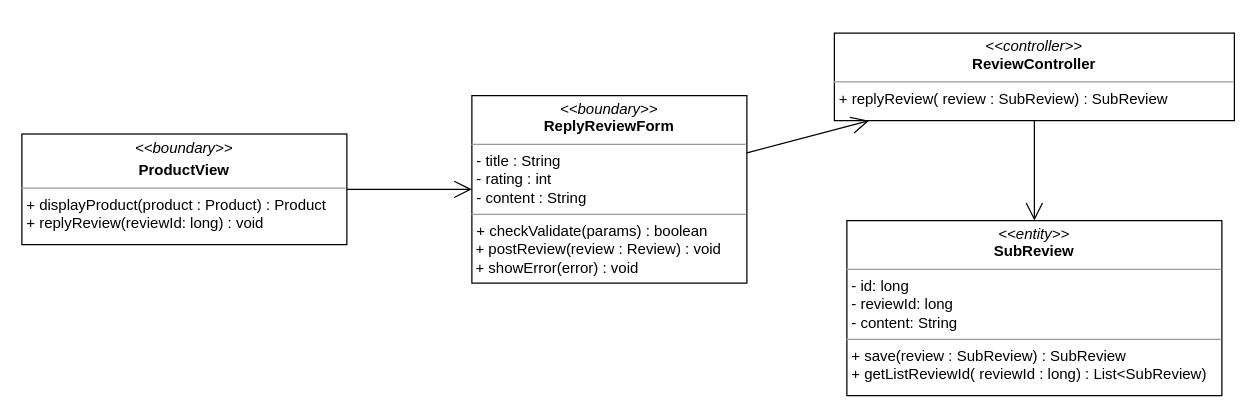
Above: class diagram/reply-review-class-diagram.drawio in nguyenphamvan/datn_20202 (draw.io), before the change. Source tidied: cells renumbered, new cells numbered last; positions are measured from the earlier drawing's top-left corner, leaving out a move shared by most shapes. Both pictures are drawn from the tidied source at 125%, with x=0, y=0 at pixel (21, 32).
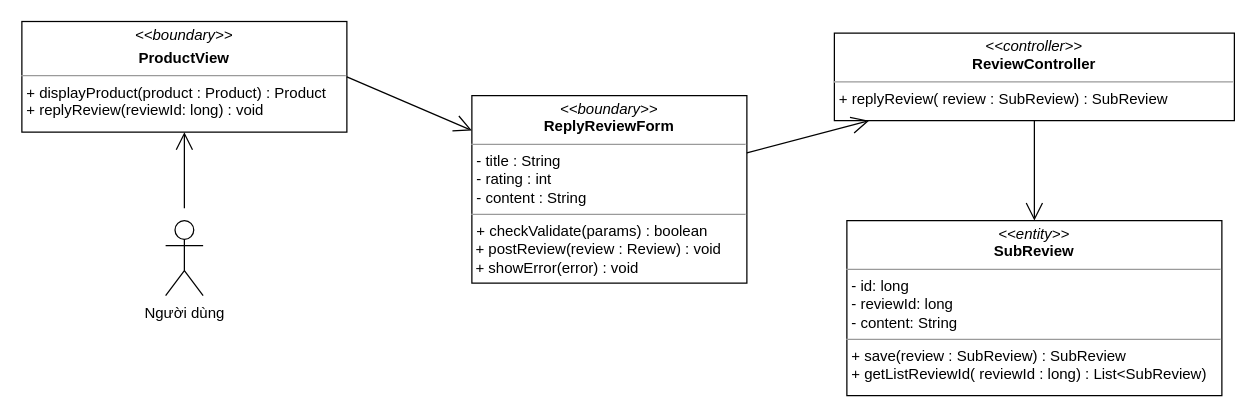
The same page after the edit.

What changed in the source:
```diff
@@
 <mxGraphModel>
   <root>
     <mxCell id="0" />
     <mxCell id="1" parent="0" />
     <mxCell id="2" value="&lt;p style=&quot;margin: 0px ; margin-top: 4px ; text-align: center&quot;&gt;&lt;i&gt;&amp;lt;&amp;lt;boundary&amp;gt;&amp;gt;&lt;/i&gt;&lt;/p&gt;&lt;p style=&quot;margin: 0px ; margin-top: 4px ; text-align: center&quot;&gt;&lt;b&gt;ProductView&lt;/b&gt;&lt;/p&gt;&lt;hr size=&quot;1&quot;&gt;&lt;p style=&quot;margin: 0px ; margin-left: 4px&quot;&gt;+ displayProduct(product : Product) : Product&lt;/p&gt;&lt;p style=&quot;margin: 0px ; margin-left: 4px&quot;&gt;&lt;span&gt;+ replyReview(reviewId: long) : void&lt;/span&gt;&lt;/p&gt;" style="verticalAlign=top;align=left;overflow=fill;fontSize=12;fontFamily=Helvetica;html=1;" parent="1" vertex="1">
-      <mxGeometry y="80.7" width="260" height="88.5" as="geometry" />
+      <mxGeometry y="-9.3" width="260" height="88.5" as="geometry" />
     </mxCell>
     <mxCell id="3" style="endArrow=open;endFill=1;endSize=12;html=1;exitX=1;exitY=0.5;exitDx=0;exitDy=0;" parent="1" edge="1" source="2" target="7">
       <mxGeometry relative="1" as="geometry" />
     </mxCell>
     <mxCell id="4" value="&lt;p style=&quot;margin: 0px ; margin-top: 4px ; text-align: center&quot;&gt;&lt;i&gt;&amp;lt;&amp;lt;entity&amp;gt;&amp;gt;&lt;/i&gt;&lt;br&gt;&lt;b&gt;SubReview&lt;/b&gt;&lt;/p&gt;&lt;hr size=&quot;1&quot;&gt;&lt;p style=&quot;margin: 0px ; margin-left: 4px&quot;&gt;- id: long&lt;/p&gt;&lt;p style=&quot;margin: 0px ; margin-left: 4px&quot;&gt;- reviewId: long&lt;br&gt;- content: String&lt;/p&gt;&lt;hr size=&quot;1&quot;&gt;&lt;p style=&quot;margin: 0px ; margin-left: 4px&quot;&gt;+ save(review : SubReview) : SubReview&lt;/p&gt;&lt;p style=&quot;margin: 0px ; margin-left: 4px&quot;&gt;+ getListReviewId( reviewId : long) : List&amp;lt;SubReview)&lt;br&gt;&lt;/p&gt;" style="verticalAlign=top;align=left;overflow=fill;fontSize=12;fontFamily=Helvetica;html=1;" parent="1" vertex="1">
       <mxGeometry x="660" y="150" width="300" height="140" as="geometry" />
     </mxCell>
     <mxCell id="5" value="&lt;p style=&quot;margin: 0px ; margin-top: 4px ; text-align: center&quot;&gt;&lt;i&gt;&amp;lt;&amp;lt;controller&amp;gt;&amp;gt;&lt;/i&gt;&lt;br&gt;&lt;b&gt;ReviewController&lt;/b&gt;&lt;br&gt;&lt;/p&gt;&lt;hr size=&quot;1&quot;&gt;&lt;p style=&quot;margin: 0px ; margin-left: 4px&quot;&gt;&lt;span&gt;+ replyReview( review : SubReview) : SubReview&lt;/span&gt;&lt;/p&gt;" style="verticalAlign=top;align=left;overflow=fill;fontSize=12;fontFamily=Helvetica;html=1;" parent="1" vertex="1">
       <mxGeometry x="650" width="320" height="70" as="geometry" />
     </mxCell>
     <mxCell id="6" style="endArrow=open;endFill=1;endSize=12;html=1;strokeColor=#000000;" parent="1" edge="1" source="5" target="4">
       <mxGeometry relative="1" as="geometry" />
     </mxCell>
     <mxCell id="7" value="&lt;p style=&quot;margin: 0px ; margin-top: 4px ; text-align: center&quot;&gt;&lt;i&gt;&amp;lt;&amp;lt;boundary&amp;gt;&amp;gt;&lt;/i&gt;&lt;br&gt;&lt;b&gt;ReplyReviewForm&lt;/b&gt;&lt;/p&gt;&lt;hr size=&quot;1&quot;&gt;&lt;p style=&quot;margin: 0px ; margin-left: 4px&quot;&gt;- title : String&lt;br&gt;- rating : int&lt;/p&gt;&lt;p style=&quot;margin: 0px ; margin-left: 4px&quot;&gt;- content : String&lt;/p&gt;&lt;hr size=&quot;1&quot;&gt;&lt;p style=&quot;margin: 0px ; margin-left: 4px&quot;&gt;+ checkValidate(params) : boolean&lt;br&gt;&lt;/p&gt;&amp;nbsp;+ postReview(review : Review) : void&lt;br&gt;&amp;nbsp;+ showError(error) : void" style="verticalAlign=top;align=left;overflow=fill;fontSize=12;fontFamily=Helvetica;html=1;" parent="1" vertex="1">
       <mxGeometry x="360" y="50" width="220" height="150" as="geometry" />
     </mxCell>
     <mxCell id="8" style="endArrow=open;endFill=1;endSize=12;html=1;" parent="1" edge="1" source="7" target="5">
       <mxGeometry relative="1" as="geometry" />
     </mxCell>
+    <mxCell id="9" value="Người dùng" style="shape=umlActor;verticalLabelPosition=bottom;verticalAlign=top;html=1;" parent="1" vertex="1">
+      <mxGeometry x="115" y="150" width="30" height="60" as="geometry" />
+    </mxCell>
+    <mxCell id="10" style="endArrow=open;endFill=1;endSize=12;html=1;" parent="1" edge="1" target="2">
+      <mxGeometry relative="1" as="geometry">
+        <mxPoint x="130" y="140" as="sourcePoint" />
+      </mxGeometry>
+    </mxCell>
   </root>
 </mxGraphModel>
```
